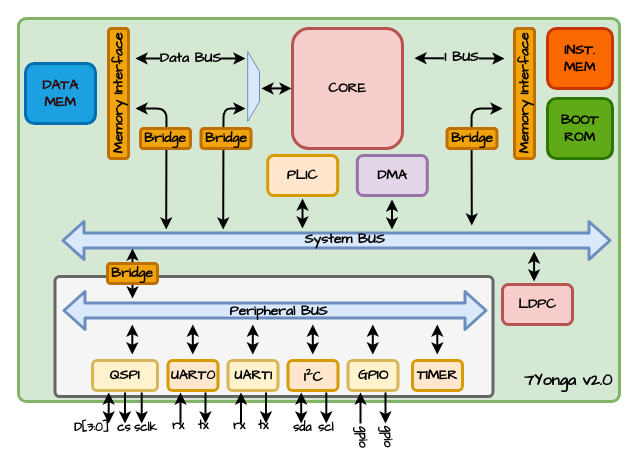
Above: page "TOP_v2.0" (2 of 6) of tasarımlar/YONGA-TASARIM.drawio in YEDITEPE-Sayisal-Tasarim-Toplulugu/7Yonga (draw.io), before the change. Source tidied: cells renumbered, new cells numbered last; positions are measured from the earlier drawing's top-left corner, leaving out a move shared by most shapes. Both pictures are drawn from the tidied source at 100%, with x=0, y=0 at pixel (18, 18).
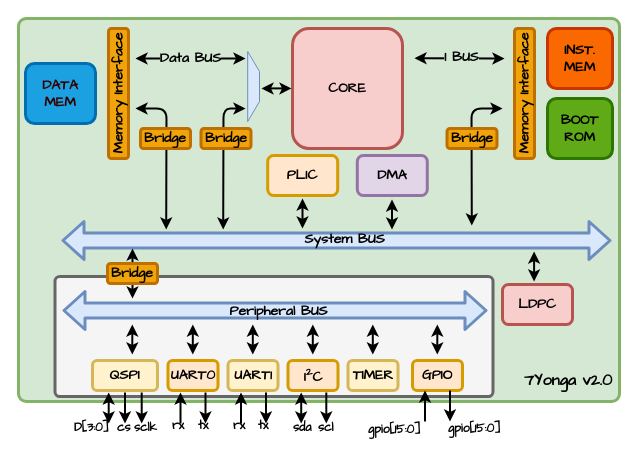
After the change.

What changed in the source:
```diff
@@
-    <mxCell id="17" value="&lt;div&gt;GPIO&lt;/div&gt;" style="rounded=1;whiteSpace=wrap;html=1;fillColor=#fff2cc;strokeColor=#d6b656;strokeWidth=3;fontFamily=Comic Sans MS;fontSize=14;fontStyle=1;" parent="1" vertex="1">
+    <mxCell id="17" value="TIMER" style="rounded=1;whiteSpace=wrap;html=1;fillColor=#fff2cc;strokeColor=#d6b656;strokeWidth=3;fontFamily=Comic Sans MS;fontSize=14;fontStyle=1;" parent="1" vertex="1">
       <mxGeometry x="329.5" y="342" width="50" height="30" as="geometry" />
     </mxCell>
-    <mxCell id="18" value="&lt;div&gt;TIMER&lt;/div&gt;" style="rounded=1;whiteSpace=wrap;html=1;fillColor=#ffe6cc;strokeColor=#d79b00;strokeWidth=3;fontFamily=Comic Sans MS;fontSize=14;fontStyle=1;" parent="1" vertex="1">
+    <mxCell id="18" value="&lt;div&gt;&lt;span style=&quot;background-color: transparent; color: light-dark(rgb(0, 0, 0), rgb(255, 255, 255));&quot;&gt;GPIO&lt;/span&gt;&lt;/div&gt;" style="rounded=1;whiteSpace=wrap;html=1;fillColor=#ffe6cc;strokeColor=#d79b00;strokeWidth=3;fontFamily=Comic Sans MS;fontSize=14;fontStyle=1;" parent="1" vertex="1">
       <mxGeometry x="394" y="342" width="50" height="30" as="geometry" />
     </mxCell>
@@
     <mxCell id="53" style="endArrow=classic;html=1;rounded=1;strokeWidth=2;fontFamily=Comic Sans MS;fontSize=14;" parent="1" edge="1">
       <mxGeometry relative="1" as="geometry">
-        <mxPoint x="367" y="374" as="sourcePoint" />
-        <mxPoint x="367" y="405" as="targetPoint" />
+        <mxPoint x="431.5" y="372" as="sourcePoint" />
+        <mxPoint x="431.5" y="403" as="targetPoint" />
       </mxGeometry>
     </mxCell>
-    <mxCell id="54" value="gpio" style="text;html=1;align=left;verticalAlign=bottom;whiteSpace=wrap;rounded=0;fontStyle=1;fontFamily=Comic Sans MS;rotation=90;" parent="1" vertex="1">
-      <mxGeometry x="357.5" y="408.5" width="20" height="15" as="geometry" />
+    <mxCell id="54" value="gpio[15:0]" style="text;html=1;align=left;verticalAlign=bottom;whiteSpace=wrap;rounded=0;fontStyle=1;fontFamily=Comic Sans MS;rotation=0;" parent="1" vertex="1">
+      <mxGeometry x="427.5" y="404.5" width="65.5" height="15" as="geometry" />
     </mxCell>
-    <mxCell id="55" value="gpio" style="text;html=1;align=left;verticalAlign=bottom;whiteSpace=wrap;rounded=0;fontStyle=1;fontFamily=Comic Sans MS;rotation=90;" parent="1" vertex="1">
-      <mxGeometry x="332" y="408.5" width="20" height="15" as="geometry" />
+    <mxCell id="55" value="gpio[15:0]" style="text;html=1;align=left;verticalAlign=bottom;whiteSpace=wrap;rounded=0;fontStyle=1;fontFamily=Comic Sans MS;rotation=0;" parent="1" vertex="1">
+      <mxGeometry x="347.8" y="405.5" width="61" height="15" as="geometry" />
     </mxCell>
     <mxCell id="56" style="endArrow=classic;html=1;rounded=1;strokeWidth=2;fontFamily=Comic Sans MS;fontSize=14;" parent="1" edge="1">
       <mxGeometry relative="1" as="geometry">
-        <mxPoint x="342" y="405" as="sourcePoint" />
-        <mxPoint x="342" y="374" as="targetPoint" />
+        <mxPoint x="406.5" y="403" as="sourcePoint" />
+        <mxPoint x="406.5" y="372" as="targetPoint" />
       </mxGeometry>
     </mxCell>
```
